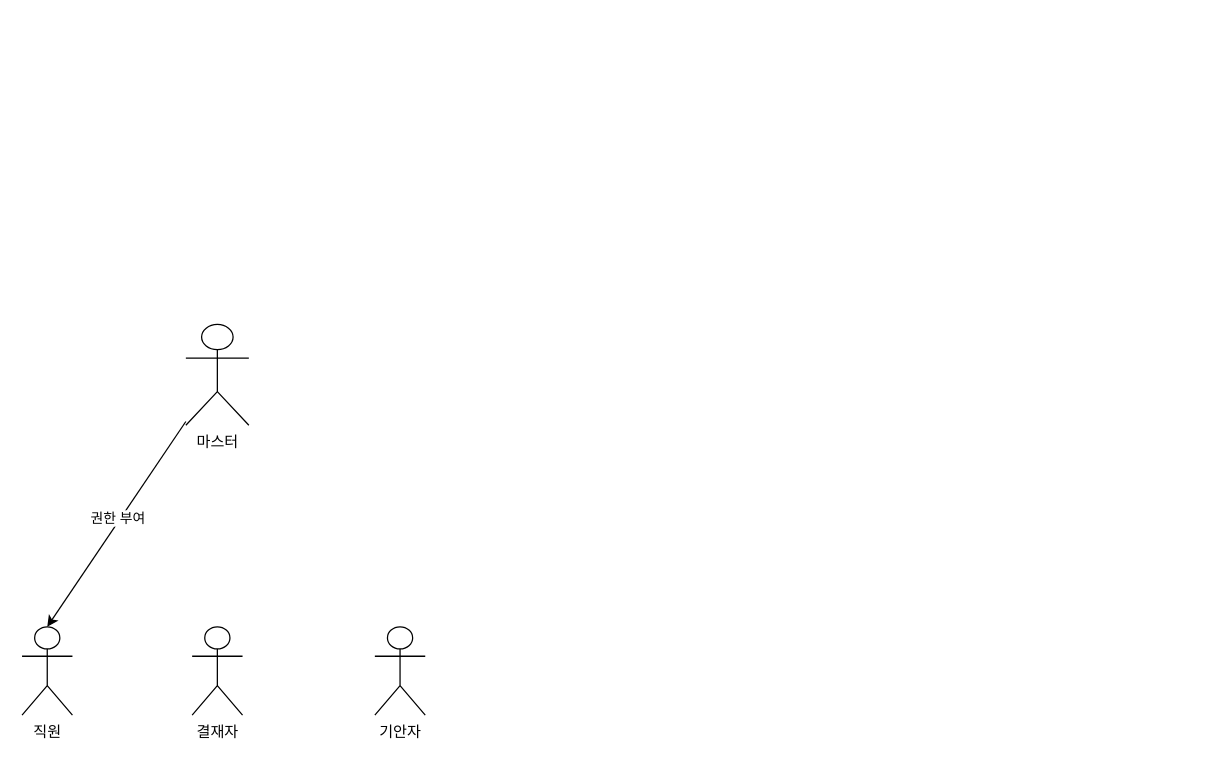
Earlier version of the draw.io diagram document/권한부여.drawio (sunday1284/jsp_spring02). Source tidied: cells renumbered, new cells numbered last; positions are measured from the earlier drawing's top-left corner, leaving out a move shared by most shapes. Both pictures are drawn from the tidied source at 126%, with x=0, y=0 at pixel (21, 324).
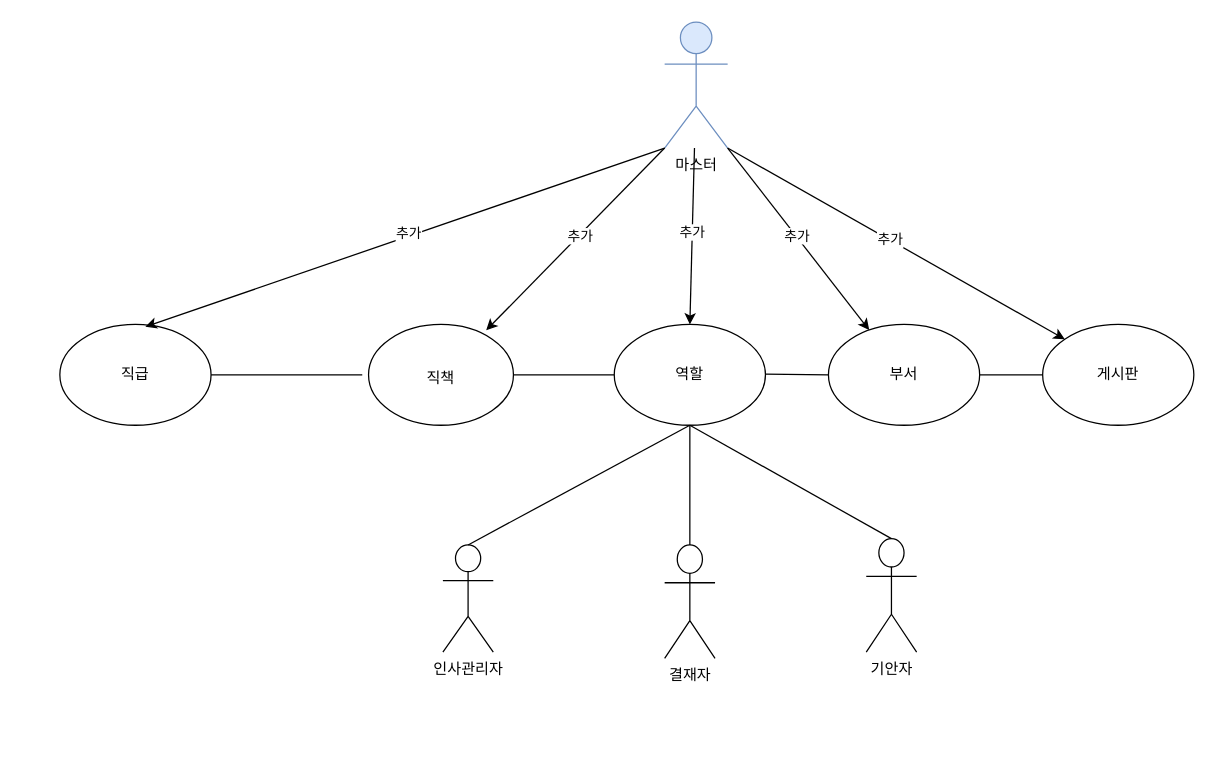
The same diagram, later.

Commit message (it also covers changes not shown here):
권한부여.drawio 업데이트

Diff of the diagram source:
```diff
@@
-    <mxCell id="2" value="마스터" style="shape=umlActor;verticalLabelPosition=bottom;verticalAlign=top;html=1;outlineConnect=0;" parent="1" vertex="1">
-      <mxGeometry x="130" width="50" height="80" as="geometry" />
+    <mxCell id="2" value="마스터" style="shape=umlActor;verticalLabelPosition=bottom;verticalAlign=top;html=1;outlineConnect=0;fillColor=#dae8fc;strokeColor=#6c8ebf;" parent="1" vertex="1">
+      <mxGeometry x="510" y="-240" width="50" height="100" as="geometry" />
     </mxCell>
-    <mxCell id="3" value="직원" style="shape=umlActor;verticalLabelPosition=bottom;verticalAlign=top;html=1;outlineConnect=0;" parent="1" vertex="1">
-      <mxGeometry y="240" width="40" height="70" as="geometry" />
+    <mxCell id="3" value="인사관리자" style="shape=umlActor;verticalLabelPosition=bottom;verticalAlign=top;html=1;outlineConnect=0;" parent="1" vertex="1">
+      <mxGeometry x="334" y="175" width="40" height="85" as="geometry" />
     </mxCell>
     <mxCell id="4" value="결재자" style="shape=umlActor;verticalLabelPosition=bottom;verticalAlign=top;html=1;outlineConnect=0;" parent="1" vertex="1">
-      <mxGeometry x="135" y="240" width="40" height="70" as="geometry" />
+      <mxGeometry x="510" y="175" width="40" height="90" as="geometry" />
     </mxCell>
     <mxCell id="5" value="기안자" style="shape=umlActor;verticalLabelPosition=bottom;verticalAlign=top;html=1;outlineConnect=0;" parent="1" vertex="1">
-      <mxGeometry x="280" y="240" width="40" height="70" as="geometry" />
+      <mxGeometry x="670" y="170" width="40" height="90" as="geometry" />
     </mxCell>
-    <mxCell id="6" style="endArrow=classic;html=1;rounded=0;entryX=0.5;entryY=0;entryDx=0;entryDy=0;entryPerimeter=0;" parent="1" edge="1" source="2" target="3">
-      <mxGeometry relative="1" as="geometry" />
-    </mxCell>
-    <mxCell id="7" value="권한 부여" style="edgeLabel;html=1;align=center;verticalAlign=middle;" parent="6" vertex="1">
-      <mxGeometry x="-0.04" y="-2" relative="1" as="geometry" />
-    </mxCell>
+    <mxCell id="8" value="직급" style="ellipse;whiteSpace=wrap;html=1;" parent="1" vertex="1">
+      <mxGeometry x="30" width="120" height="80" as="geometry" />
+    </mxCell>
+    <mxCell id="9" style="endArrow=none;html=1;rounded=0;exitX=1;exitY=0.5;exitDx=0;exitDy=0;" parent="1" edge="1" source="8">
+      <mxGeometry relative="1" as="geometry">
+        <mxPoint x="270" y="40" as="targetPoint" />
+      </mxGeometry>
+    </mxCell>
+    <mxCell id="10" value="역할" style="ellipse;whiteSpace=wrap;html=1;" parent="1" vertex="1">
+      <mxGeometry x="470" width="120" height="80" as="geometry" />
+    </mxCell>
+    <mxCell id="11" style="endArrow=none;html=1;rounded=0;entryX=0;entryY=0.5;entryDx=0;entryDy=0;" parent="1" edge="1" target="10">
+      <mxGeometry relative="1" as="geometry">
+        <mxPoint x="390" y="40" as="sourcePoint" />
+      </mxGeometry>
+    </mxCell>
+    <mxCell id="12" style="endArrow=classic;html=1;rounded=0;entryX=0.5;entryY=0;entryDx=0;entryDy=0;" parent="1" edge="1" source="2" target="10">
+      <mxGeometry relative="1" as="geometry" />
+    </mxCell>
+    <mxCell id="13" value="추가" style="edgeLabel;html=1;align=center;verticalAlign=middle;" parent="12" vertex="1">
+      <mxGeometry x="-0.04" relative="1" as="geometry" />
+    </mxCell>
+    <mxCell id="14" style="endArrow=classic;html=1;rounded=0;exitX=0;exitY=1;exitDx=0;exitDy=0;exitPerimeter=0;entryX=0.566;entryY=0.023;entryDx=0;entryDy=0;entryPerimeter=0;" parent="1" edge="1" source="2" target="8">
+      <mxGeometry relative="1" as="geometry" />
+    </mxCell>
+    <mxCell id="15" value="추가" style="edgeLabel;html=1;align=center;verticalAlign=middle;" parent="14" vertex="1">
+      <mxGeometry x="-0.02" y="-2" relative="1" as="geometry">
+        <mxPoint x="-1" as="offset" />
+      </mxGeometry>
+    </mxCell>
+    <mxCell id="16" value="&lt;div&gt;&lt;br&gt;&lt;/div&gt;&lt;div&gt;&lt;br&gt;&lt;/div&gt;&lt;div&gt;직책&lt;/div&gt;" style="ellipse;whiteSpace=wrap;html=1;verticalAlign=top;" parent="1" vertex="1">
+      <mxGeometry x="275" width="115" height="80" as="geometry" />
+    </mxCell>
+    <mxCell id="17" value="부서" style="ellipse;whiteSpace=wrap;html=1;" parent="1" vertex="1">
+      <mxGeometry x="640" width="120" height="80" as="geometry" />
+    </mxCell>
+    <mxCell id="18" value="게시판" style="ellipse;whiteSpace=wrap;html=1;" parent="1" vertex="1">
+      <mxGeometry x="810" width="120" height="80" as="geometry" />
+    </mxCell>
+    <mxCell id="19" style="endArrow=classic;html=1;rounded=0;entryX=0.812;entryY=0.058;entryDx=0;entryDy=0;exitX=0;exitY=1;exitDx=0;exitDy=0;exitPerimeter=0;entryPerimeter=0;" parent="1" edge="1" source="2" target="16">
+      <mxGeometry relative="1" as="geometry" />
+    </mxCell>
+    <mxCell id="20" value="추가" style="edgeLabel;html=1;align=center;verticalAlign=middle;" parent="19" vertex="1">
+      <mxGeometry x="-0.04" relative="1" as="geometry" />
+    </mxCell>
+    <mxCell id="21" style="endArrow=classic;html=1;rounded=0;exitX=1;exitY=1;exitDx=0;exitDy=0;exitPerimeter=0;" parent="1" edge="1" source="2" target="17">
+      <mxGeometry relative="1" as="geometry" />
+    </mxCell>
+    <mxCell id="22" value="추가" style="edgeLabel;html=1;align=center;verticalAlign=middle;" parent="21" vertex="1">
+      <mxGeometry x="-0.04" relative="1" as="geometry" />
+    </mxCell>
+    <mxCell id="23" style="endArrow=none;html=1;rounded=0;" parent="1" edge="1">
+      <mxGeometry relative="1" as="geometry">
+        <mxPoint x="590" y="39.5" as="sourcePoint" />
+        <mxPoint x="640" y="40" as="targetPoint" />
+      </mxGeometry>
+    </mxCell>
+    <mxCell id="24" style="endArrow=none;html=1;rounded=0;entryX=0;entryY=0.5;entryDx=0;entryDy=0;" parent="1" edge="1" target="18">
+      <mxGeometry relative="1" as="geometry">
+        <mxPoint x="760" y="40" as="sourcePoint" />
+      </mxGeometry>
+    </mxCell>
+    <mxCell id="25" style="endArrow=classic;html=1;rounded=0;exitX=1;exitY=1;exitDx=0;exitDy=0;exitPerimeter=0;entryX=0;entryY=0;entryDx=0;entryDy=0;" parent="1" edge="1" source="2" target="18">
+      <mxGeometry relative="1" as="geometry" />
+    </mxCell>
+    <mxCell id="26" value="추가" style="edgeLabel;html=1;align=center;verticalAlign=middle;" parent="25" vertex="1">
+      <mxGeometry x="-0.04" relative="1" as="geometry" />
+    </mxCell>
+    <mxCell id="27" style="endArrow=none;html=1;rounded=0;entryX=0.5;entryY=1;entryDx=0;entryDy=0;exitX=0.5;exitY=0;exitDx=0;exitDy=0;exitPerimeter=0;" parent="1" edge="1" source="3" target="10">
+      <mxGeometry relative="1" as="geometry" />
+    </mxCell>
+    <mxCell id="28" style="endArrow=none;html=1;rounded=0;entryX=0.5;entryY=1;entryDx=0;entryDy=0;exitX=0.5;exitY=0;exitDx=0;exitDy=0;exitPerimeter=0;" parent="1" edge="1" source="4" target="10">
+      <mxGeometry relative="1" as="geometry" />
+    </mxCell>
+    <mxCell id="29" style="endArrow=none;html=1;rounded=0;entryX=0.5;entryY=1;entryDx=0;entryDy=0;exitX=0.5;exitY=0;exitDx=0;exitDy=0;exitPerimeter=0;" parent="1" edge="1" source="5" target="10">
+      <mxGeometry relative="1" as="geometry" />
+    </mxCell>
```
